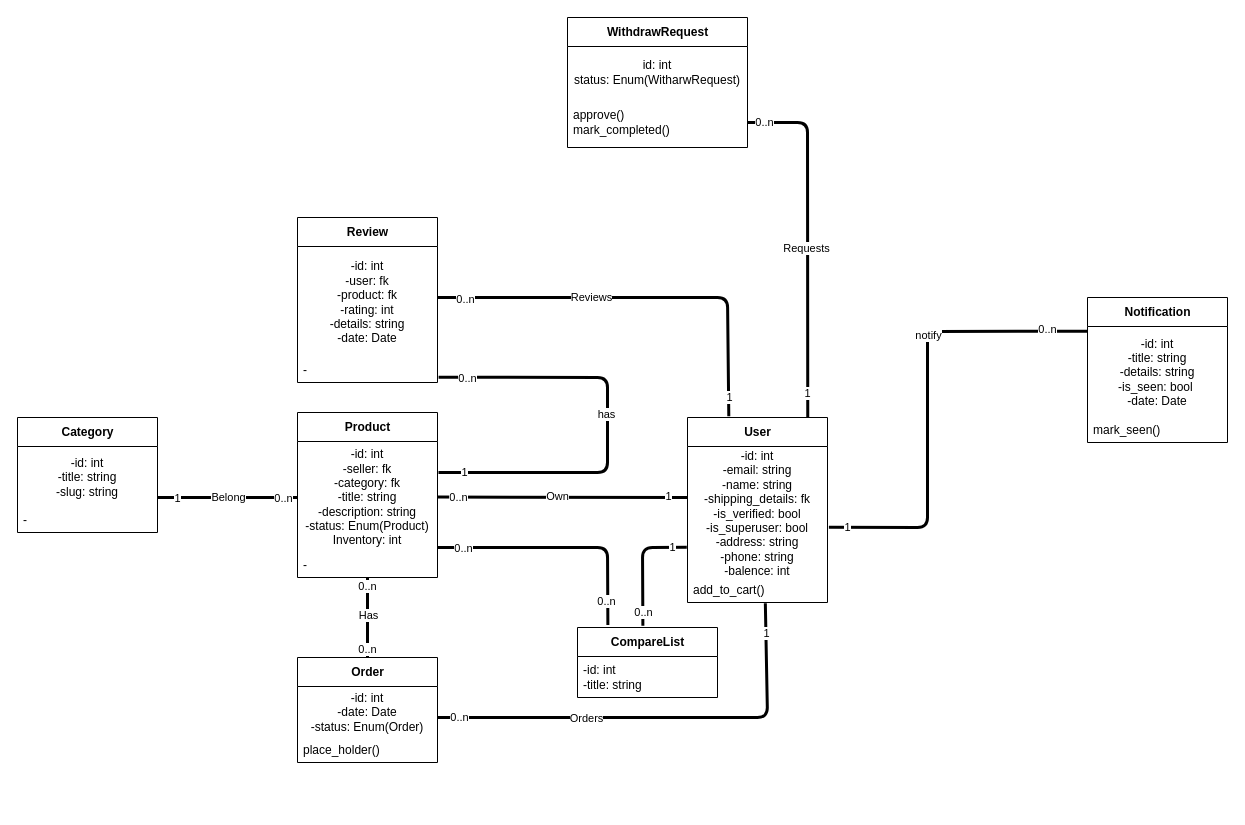
This is uml/classDiagram.drawio from zinoubm/Marketly, a draw.io file, before an edit. Source tidied: cells renumbered, new cells numbered last; positions are measured from the earlier drawing's top-left corner, leaving out a move shared by most shapes. Both pictures are drawn from the tidied source at 100%, with x=0, y=0 at pixel (17, 17).
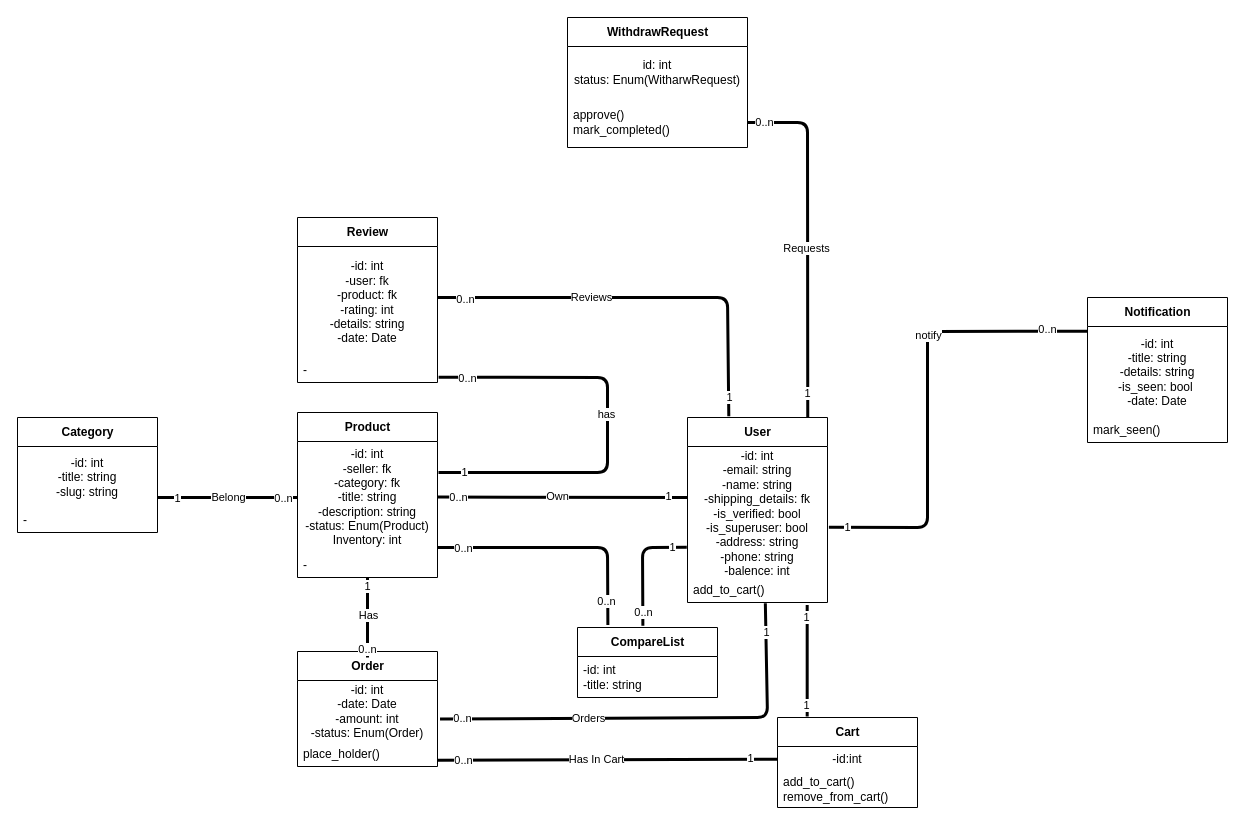
The same diagram, later.

The change refers to these unchanged cells:
```xml
<mxCell id="4" value="add_to_cart()" style="text;html=1;strokeColor=none;fillColor=none;align=left;verticalAlign=middle;spacingLeft=4;spacingRight=4;overflow=hidden;points=[[0,0.5],[1,0.5]];portConstraint=eastwest;" parent="2" vertex="1">
  <mxGeometry y="160" width="140" height="25" as="geometry" />
</mxCell>
<mxCell id="15" style="endArrow=none;startArrow=none;endFill=0;startFill=0;endSize=8;html=1;verticalAlign=bottom;labelBackgroundColor=none;strokeWidth=3;" parent="1" edge="1">
  <mxGeometry relative="1" as="geometry">
    <mxPoint x="350" y="560" as="sourcePoint" />
    <mxPoint x="350" y="640" as="targetPoint" />
  </mxGeometry>
</mxCell>
```

What changed in the source:
```diff
@@
     <mxCell id="12" value="Order" style="swimlane;fontStyle=1;align=center;verticalAlign=middle;horizontal=1;startSize=29;html=1;" parent="1" vertex="1">
-      <mxGeometry x="280" y="640" width="140" height="105" as="geometry" />
+      <mxGeometry x="280" y="634" width="140" height="115" as="geometry" />
     </mxCell>
-    <mxCell id="13" value="-id: int&lt;br&gt;-date: Date&lt;br&gt;-status: Enum(Order)" style="text;html=1;strokeColor=none;fillColor=none;align=center;verticalAlign=middle;spacingLeft=4;spacingRight=4;overflow=hidden;points=[[0,0.5],[1,0.5]];portConstraint=eastwest;" parent="12" vertex="1">
-      <mxGeometry y="29" width="140" height="51" as="geometry" />
+    <mxCell id="13" value="-id: int&lt;br&gt;-date: Date&lt;br&gt;-amount: int&lt;br&gt;-status: Enum(Order)" style="text;html=1;strokeColor=none;fillColor=none;align=center;verticalAlign=middle;spacingLeft=4;spacingRight=4;overflow=hidden;points=[[0,0.5],[1,0.5]];portConstraint=eastwest;" parent="12" vertex="1">
+      <mxGeometry y="29" width="140" height="61" as="geometry" />
     </mxCell>
     <mxCell id="14" value="place_holder()" style="text;html=1;strokeColor=none;fillColor=none;align=left;verticalAlign=middle;spacingLeft=4;spacingRight=4;overflow=hidden;points=[[0,0.5],[1,0.5]];portConstraint=eastwest;" parent="12" vertex="1">
-      <mxGeometry y="80" width="140" height="25" as="geometry" />
+      <mxGeometry y="90" width="140" height="25" as="geometry" />
     </mxCell>
@@
-    <mxCell id="17" value="0..n" style="edgeLabel;html=1;align=center;verticalAlign=middle;" parent="15" vertex="1">
+    <mxCell id="17" value="1" style="edgeLabel;html=1;align=center;verticalAlign=middle;" parent="15" vertex="1">
       <mxGeometry x="-0.8" y="-1" relative="1" as="geometry" />
     </mxCell>
@@
-    <mxCell id="19" style="endArrow=none;startArrow=none;endFill=0;startFill=0;endSize=8;html=1;verticalAlign=bottom;labelBackgroundColor=none;strokeWidth=3;entryX=0.556;entryY=1.031;entryDx=0;entryDy=0;entryPerimeter=0;exitX=1;exitY=0.608;exitDx=0;exitDy=0;exitPerimeter=0;" parent="1" edge="1" source="13" target="4">
+    <mxCell id="19" style="endArrow=none;startArrow=none;endFill=0;startFill=0;endSize=8;html=1;verticalAlign=bottom;labelBackgroundColor=none;strokeWidth=3;entryX=0.556;entryY=1.031;entryDx=0;entryDy=0;entryPerimeter=0;exitX=1.018;exitY=0.633;exitDx=0;exitDy=0;exitPerimeter=0;" parent="1" edge="1" source="13" target="4">
       <mxGeometry relative="1" as="geometry">
         <Array as="points">
           <mxPoint x="750" y="700" />
         </Array>
       </mxGeometry>
     </mxCell>
@@
+    <mxCell id="63" style="endArrow=none;startArrow=none;endFill=0;startFill=0;endSize=8;html=1;verticalAlign=bottom;labelBackgroundColor=none;strokeWidth=3;exitX=0.999;exitY=0.75;exitDx=0;exitDy=0;exitPerimeter=0;" parent="1" edge="1" source="14">
+      <mxGeometry relative="1" as="geometry">
+        <mxPoint x="760" y="741.8" as="targetPoint" />
+      </mxGeometry>
+    </mxCell>
+    <mxCell id="64" value="0..n" style="edgeLabel;html=1;align=center;verticalAlign=middle;" parent="63" vertex="1">
+      <mxGeometry x="-0.89" relative="1" as="geometry">
+        <mxPoint x="7" as="offset" />
+      </mxGeometry>
+    </mxCell>
+    <mxCell id="65" value="1" style="edgeLabel;html=1;align=center;verticalAlign=middle;" parent="63" vertex="1">
+      <mxGeometry x="0.84" y="1" relative="1" as="geometry" />
+    </mxCell>
+    <mxCell id="66" value="Has In Cart" style="edgeLabel;html=1;align=center;verticalAlign=middle;" parent="63" vertex="1">
+      <mxGeometry x="-0.11" y="1" relative="1" as="geometry">
+        <mxPoint x="8" as="offset" />
+      </mxGeometry>
+    </mxCell>
+    <mxCell id="67" value="Cart" style="swimlane;fontStyle=1;align=center;verticalAlign=middle;horizontal=1;startSize=29;html=1;" parent="1" vertex="1">
+      <mxGeometry x="760" y="700" width="140" height="90" as="geometry" />
+    </mxCell>
+    <mxCell id="68" value="-id:int" style="text;html=1;strokeColor=none;fillColor=none;align=center;verticalAlign=middle;spacingLeft=4;spacingRight=4;overflow=hidden;" parent="67" vertex="1">
+      <mxGeometry y="29" width="140" height="25" as="geometry" />
+    </mxCell>
+    <mxCell id="69" value="add_to_cart()&lt;br&gt;remove_from_cart()" style="text;html=1;strokeColor=none;fillColor=none;align=left;verticalAlign=middle;spacingLeft=4;spacingRight=4;overflow=hidden;" parent="67" vertex="1">
+      <mxGeometry y="54" width="140" height="36" as="geometry" />
+    </mxCell>
+    <mxCell id="70" style="endArrow=none;startArrow=none;endFill=0;startFill=0;endSize=8;html=1;verticalAlign=bottom;labelBackgroundColor=none;strokeWidth=3;exitX=0.855;exitY=1.101;exitDx=0;exitDy=0;exitPerimeter=0;entryX=0.212;entryY=-0.01;entryDx=0;entryDy=0;entryPerimeter=0;" parent="1" edge="1" source="4" target="67">
+      <mxGeometry relative="1" as="geometry" />
+    </mxCell>
+    <mxCell id="71" value="1" style="edgeLabel;html=1;align=center;verticalAlign=middle;" parent="70" vertex="1">
+      <mxGeometry x="-0.79" y="-1" relative="1" as="geometry" />
+    </mxCell>
+    <mxCell id="72" value="1" style="edgeLabel;html=1;align=center;verticalAlign=middle;" parent="70" vertex="1">
+      <mxGeometry x="0.79" y="-1" relative="1" as="geometry" />
+    </mxCell>
```
